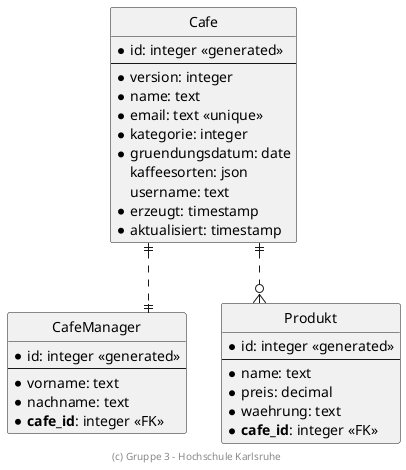
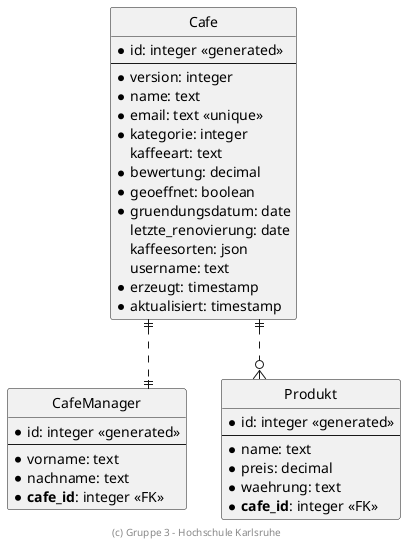
' Copyright (C) 2025 - present Gruppe 3, Hochschule Karlsruhe
'
' This program is free software: you can redistribute it and/or modify
' it under the terms of the GNU General Public License as published by
' the Free Software Foundation, either version 3 of the License, or
' (at your option) any later version.
'
' This program is distributed in the hope that it will be useful,
' but WITHOUT ANY WARRANTY; without even the implied warranty of
' MERCHANTABILITY or FITNESS FOR A PARTICULAR PURPOSE.  See the
' GNU General Public License for more details.
'
' You should have received a copy of the GNU General Public License
' along with this program.  If not, see <https://www.gnu.org/licenses/>.

' Preview durch <Alt>d

@startuml ER Diagramm

' hide the spot
hide circle

' evtl. Probleme mit Kraehenfuessen vermeiden
skinparam linetype ortho

entity "Cafe" {
  * id: integer <<generated>>
  --
  * version: integer
  * name: text
  * email: text <<unique>>
  * kategorie: integer
+     kaffeeart: text
+   * bewertung: decimal
+   * geoeffnet: boolean
  * gruendungsdatum: date
+     letzte_renovierung: date
    kaffeesorten: json
    username: text
  * erzeugt: timestamp
  * aktualisiert: timestamp
}

entity "CafeManager" {
  * id: integer <<generated>>
  --
  * vorname: text
  * nachname: text
  * **cafe_id**: integer <<FK>>
}

entity "Produkt" {
  * id: integer <<generated>>
  --
  * name: text
  * preis: decimal
  * waehrung: text
  * **cafe_id**: integer <<FK>>
}

Cafe ||..|| CafeManager
Cafe ||..o{ Produkt

footer (c) Gruppe 3 – Hochschule Karlsruhe

@enduml
